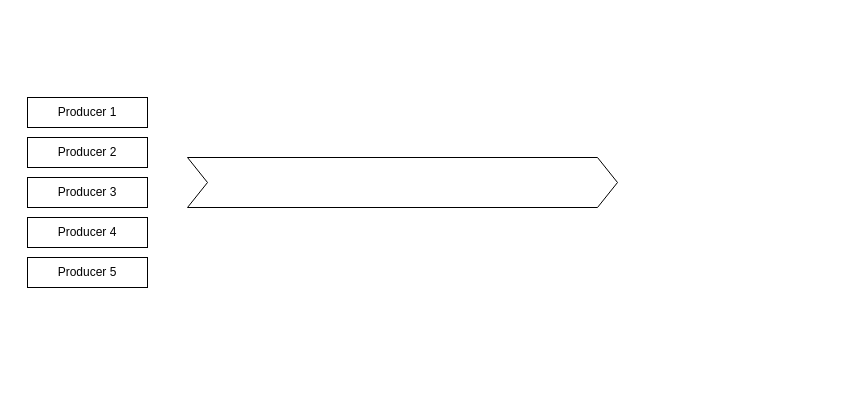
Earlier version of the draw.io diagram Redis_Streams.drawio (mar1boroman/architectures). Source tidied: cells renumbered, new cells numbered last; positions are measured from the earlier drawing's top-left corner, leaving out a move shared by most shapes. Both pictures are drawn from the tidied source at 100%, with x=0, y=0 at pixel (27, 97).
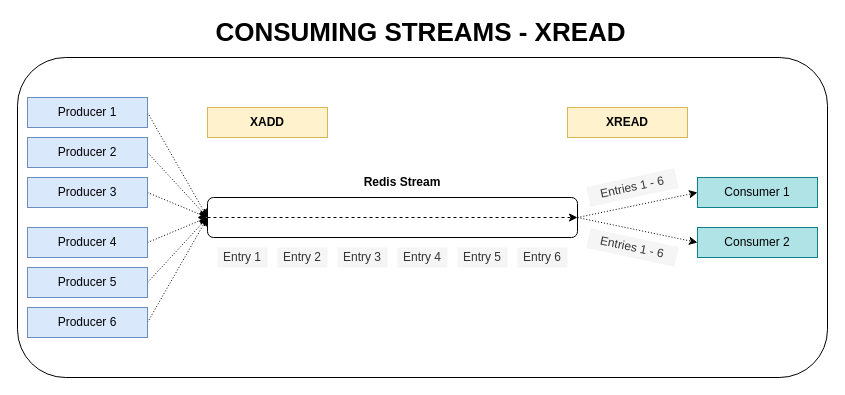
The same diagram, later.

The edit, as a diff of the source:
```diff
@@
+    <mxCell id="8" style="rounded=1;whiteSpace=wrap;html=1;" parent="1" vertex="1">
+      <mxGeometry x="-10" y="-40" width="810" height="320" as="geometry" />
+    </mxCell>
+    <mxCell id="9" style="rounded=0;jettySize=auto;html=1;exitX=1;exitY=0.5;exitDx=0;exitDy=0;entryX=0;entryY=0.5;entryDx=0;entryDy=0;curved=0;dashed=1;dashPattern=1 2;flowAnimation=1;" parent="1" edge="1" source="2" target="18">
+      <mxGeometry relative="1" as="geometry" />
+    </mxCell>
-    <mxCell id="2" value="Producer 1" style="rounded=0;whiteSpace=wrap;html=1;" parent="1" vertex="1">
+    <mxCell id="2" value="Producer 1" style="rounded=0;whiteSpace=wrap;html=1;fillColor=#dae8fc;strokeColor=#6c8ebf;" parent="1" vertex="1">
       <mxGeometry width="120" height="30" as="geometry" />
     </mxCell>
+    <mxCell id="10" style="rounded=0;jettySize=auto;html=1;entryX=0;entryY=0.5;entryDx=0;entryDy=0;exitX=1;exitY=0.5;exitDx=0;exitDy=0;curved=0;dashed=1;dashPattern=1 2;flowAnimation=1;" parent="1" edge="1" source="3" target="18">
+      <mxGeometry relative="1" as="geometry" />
+    </mxCell>
-    <mxCell id="3" value="Producer 2" style="rounded=0;whiteSpace=wrap;html=1;" parent="1" vertex="1">
+    <mxCell id="3" value="Producer 2" style="rounded=0;whiteSpace=wrap;html=1;fillColor=#dae8fc;strokeColor=#6c8ebf;" parent="1" vertex="1">
       <mxGeometry y="40" width="120" height="30" as="geometry" />
     </mxCell>
+    <mxCell id="11" style="rounded=0;jettySize=auto;html=1;exitX=1;exitY=0.5;exitDx=0;exitDy=0;entryX=0;entryY=0.5;entryDx=0;entryDy=0;curved=0;dashed=1;dashPattern=1 2;flowAnimation=1;" parent="1" edge="1" source="4" target="18">
+      <mxGeometry relative="1" as="geometry" />
+    </mxCell>
-    <mxCell id="4" value="Producer 3" style="rounded=0;whiteSpace=wrap;html=1;" parent="1" vertex="1">
+    <mxCell id="4" value="Producer 3" style="rounded=0;whiteSpace=wrap;html=1;fillColor=#dae8fc;strokeColor=#6c8ebf;" parent="1" vertex="1">
       <mxGeometry y="80" width="120" height="30" as="geometry" />
     </mxCell>
+    <mxCell id="12" style="rounded=0;jettySize=auto;html=1;exitX=1;exitY=0.5;exitDx=0;exitDy=0;entryX=0;entryY=0.5;entryDx=0;entryDy=0;curved=0;dashed=1;dashPattern=1 2;flowAnimation=1;" parent="1" edge="1" source="5" target="18">
+      <mxGeometry relative="1" as="geometry" />
+    </mxCell>
-    <mxCell id="5" value="Producer 4" style="rounded=0;whiteSpace=wrap;html=1;" parent="1" vertex="1">
-      <mxGeometry y="120" width="120" height="30" as="geometry" />
+    <mxCell id="5" value="Producer 4" style="rounded=0;whiteSpace=wrap;html=1;fillColor=#dae8fc;strokeColor=#6c8ebf;" parent="1" vertex="1">
+      <mxGeometry y="130" width="120" height="30" as="geometry" />
     </mxCell>
+    <mxCell id="13" style="rounded=0;jettySize=auto;html=1;exitX=1;exitY=0.5;exitDx=0;exitDy=0;entryX=0;entryY=0.5;entryDx=0;entryDy=0;curved=0;dashed=1;dashPattern=1 2;flowAnimation=1;" parent="1" edge="1" source="6" target="18">
+      <mxGeometry relative="1" as="geometry" />
+    </mxCell>
-    <mxCell id="6" value="Producer 5" style="rounded=0;whiteSpace=wrap;html=1;" parent="1" vertex="1">
-      <mxGeometry y="160" width="120" height="30" as="geometry" />
+    <mxCell id="6" value="Producer 5" style="rounded=0;whiteSpace=wrap;html=1;fillColor=#dae8fc;strokeColor=#6c8ebf;" parent="1" vertex="1">
+      <mxGeometry y="170" width="120" height="30" as="geometry" />
     </mxCell>
-    <mxCell id="7" style="shape=step;perimeter=stepPerimeter;whiteSpace=wrap;html=1;fixedSize=1;" parent="1" vertex="1">
-      <mxGeometry x="160" y="60" width="430" height="50" as="geometry" />
-    </mxCell>
+    <mxCell id="14" style="rounded=0;jettySize=auto;html=1;exitX=1;exitY=0.5;exitDx=0;exitDy=0;entryX=0;entryY=0.5;entryDx=0;entryDy=0;curved=0;dashed=1;dashPattern=1 2;flowAnimation=1;" parent="1" edge="1" source="15" target="18">
+      <mxGeometry relative="1" as="geometry" />
+    </mxCell>
+    <mxCell id="15" value="Producer 6" style="rounded=0;whiteSpace=wrap;html=1;fillColor=#dae8fc;strokeColor=#6c8ebf;" parent="1" vertex="1">
+      <mxGeometry y="210" width="120" height="30" as="geometry" />
+    </mxCell>
+    <mxCell id="16" style="rounded=0;jettySize=auto;html=1;exitX=1;exitY=0.5;exitDx=0;exitDy=0;entryX=0;entryY=0.5;entryDx=0;entryDy=0;dashed=1;dashPattern=1 2;flowAnimation=1;" parent="1" edge="1" source="18" target="19">
+      <mxGeometry relative="1" as="geometry" />
+    </mxCell>
+    <mxCell id="17" style="rounded=0;jettySize=auto;html=1;exitX=1;exitY=0.5;exitDx=0;exitDy=0;entryX=0;entryY=0.5;entryDx=0;entryDy=0;dashed=1;dashPattern=1 2;flowAnimation=1;" parent="1" edge="1" source="18" target="20">
+      <mxGeometry relative="1" as="geometry" />
+    </mxCell>
+    <mxCell id="18" style="rounded=1;whiteSpace=wrap;html=1;" parent="1" vertex="1">
+      <mxGeometry x="180" y="100" width="370" height="40" as="geometry" />
+    </mxCell>
+    <mxCell id="19" value="Consumer 1" style="rounded=0;whiteSpace=wrap;html=1;fillColor=#b0e3e6;strokeColor=#0e8088;" parent="1" vertex="1">
+      <mxGeometry x="670" y="80" width="120" height="30" as="geometry" />
+    </mxCell>
+    <mxCell id="20" value="Consumer 2" style="rounded=0;whiteSpace=wrap;html=1;fillColor=#b0e3e6;strokeColor=#0e8088;" parent="1" vertex="1">
+      <mxGeometry x="670" y="130" width="120" height="30" as="geometry" />
+    </mxCell>
+    <mxCell id="21" style="rounded=0;orthogonalLoop=1;jettySize=auto;html=1;exitX=0;exitY=0.5;exitDx=0;exitDy=0;entryX=1;entryY=0.5;entryDx=0;entryDy=0;dashed=1;flowAnimation=1;" parent="1" edge="1" source="18" target="18">
+      <mxGeometry relative="1" as="geometry" />
+    </mxCell>
+    <mxCell id="22" value="Redis Stream" style="text;html=1;strokeColor=none;fillColor=none;align=center;verticalAlign=middle;whiteSpace=wrap;rounded=0;fontStyle=1;" parent="1" vertex="1">
+      <mxGeometry x="330" y="70" width="90" height="30" as="geometry" />
+    </mxCell>
+    <mxCell id="23" value="Entry 1" style="rounded=0;whiteSpace=wrap;html=1;fillColor=#f5f5f5;strokeColor=none;fontColor=#333333;dashed=1;dashPattern=1 4;" parent="1" vertex="1">
+      <mxGeometry x="190" y="150" width="50" height="20" as="geometry" />
+    </mxCell>
+    <mxCell id="24" value="Entry 2" style="rounded=0;whiteSpace=wrap;html=1;fillColor=#f5f5f5;strokeColor=none;fontColor=#333333;dashed=1;dashPattern=1 4;" parent="1" vertex="1">
+      <mxGeometry x="250" y="150" width="50" height="20" as="geometry" />
+    </mxCell>
+    <mxCell id="25" value="Entry 3" style="rounded=0;whiteSpace=wrap;html=1;fillColor=#f5f5f5;strokeColor=none;fontColor=#333333;dashed=1;dashPattern=1 4;" parent="1" vertex="1">
+      <mxGeometry x="310" y="150" width="50" height="20" as="geometry" />
+    </mxCell>
+    <mxCell id="26" value="Entry 4" style="rounded=0;whiteSpace=wrap;html=1;fillColor=#f5f5f5;strokeColor=none;fontColor=#333333;dashed=1;dashPattern=1 4;" parent="1" vertex="1">
+      <mxGeometry x="370" y="150" width="50" height="20" as="geometry" />
+    </mxCell>
+    <mxCell id="27" value="Entry 5" style="rounded=0;whiteSpace=wrap;html=1;fillColor=#f5f5f5;strokeColor=none;fontColor=#333333;dashed=1;dashPattern=1 4;" parent="1" vertex="1">
+      <mxGeometry x="430" y="150" width="50" height="20" as="geometry" />
+    </mxCell>
+    <mxCell id="28" value="Entry 6" style="rounded=0;whiteSpace=wrap;html=1;fillColor=#f5f5f5;strokeColor=none;fontColor=#333333;dashed=1;dashPattern=1 4;" parent="1" vertex="1">
+      <mxGeometry x="490" y="150" width="50" height="20" as="geometry" />
+    </mxCell>
+    <mxCell id="29" value="Entries 1 - 6" style="rounded=0;whiteSpace=wrap;html=1;rotation=348;fillColor=#f5f5f5;strokeColor=none;fontColor=#333333;dashed=1;dashPattern=1 4;" parent="1" vertex="1">
+      <mxGeometry x="560" y="80" width="90" height="20" as="geometry" />
+    </mxCell>
+    <mxCell id="30" value="Entries 1 - 6" style="rounded=0;whiteSpace=wrap;html=1;rotation=12;fillColor=#f5f5f5;strokeColor=none;fontColor=#333333;dashed=1;dashPattern=1 4;" parent="1" vertex="1">
+      <mxGeometry x="560" y="140" width="90" height="20" as="geometry" />
+    </mxCell>
+    <mxCell id="31" value="&lt;b&gt;XADD&lt;/b&gt;" style="rounded=0;whiteSpace=wrap;html=1;fillColor=#fff2cc;strokeColor=#d6b656;" parent="1" vertex="1">
+      <mxGeometry x="180" y="10" width="120" height="30" as="geometry" />
+    </mxCell>
+    <mxCell id="32" value="&lt;b&gt;XREAD&lt;/b&gt;" style="rounded=0;whiteSpace=wrap;html=1;fillColor=#fff2cc;strokeColor=#d6b656;" parent="1" vertex="1">
+      <mxGeometry x="540" y="10" width="120" height="30" as="geometry" />
+    </mxCell>
+    <mxCell id="33" value="CONSUMING STREAMS - XREAD" style="text;html=1;strokeColor=none;fillColor=none;align=center;verticalAlign=middle;whiteSpace=wrap;rounded=0;fontStyle=1;fontSize=26;" parent="1" vertex="1">
+      <mxGeometry x="178" y="-80" width="431" height="30" as="geometry" />
+    </mxCell>
```
